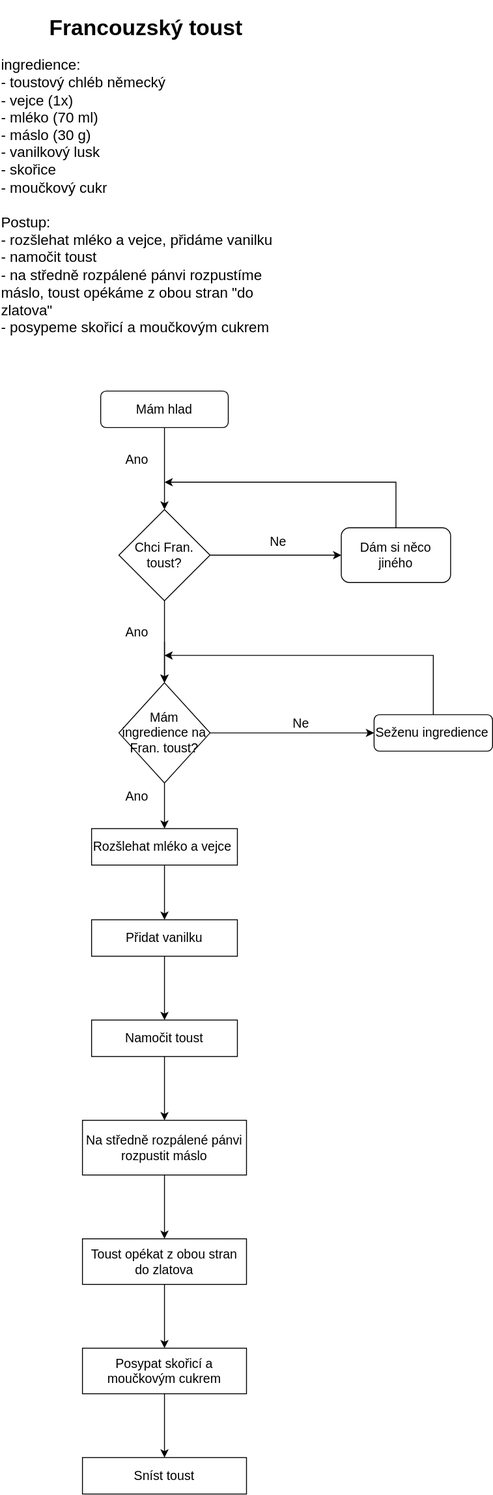
Before: Untitled Diagram.drawio.svg, a diagram exported from draw.io (JakesJakub/diagrams1.net). Source tidied: cells renumbered, new cells last; positions are measured from the earlier drawing's top-left corner, leaving out a move shared by most shapes.
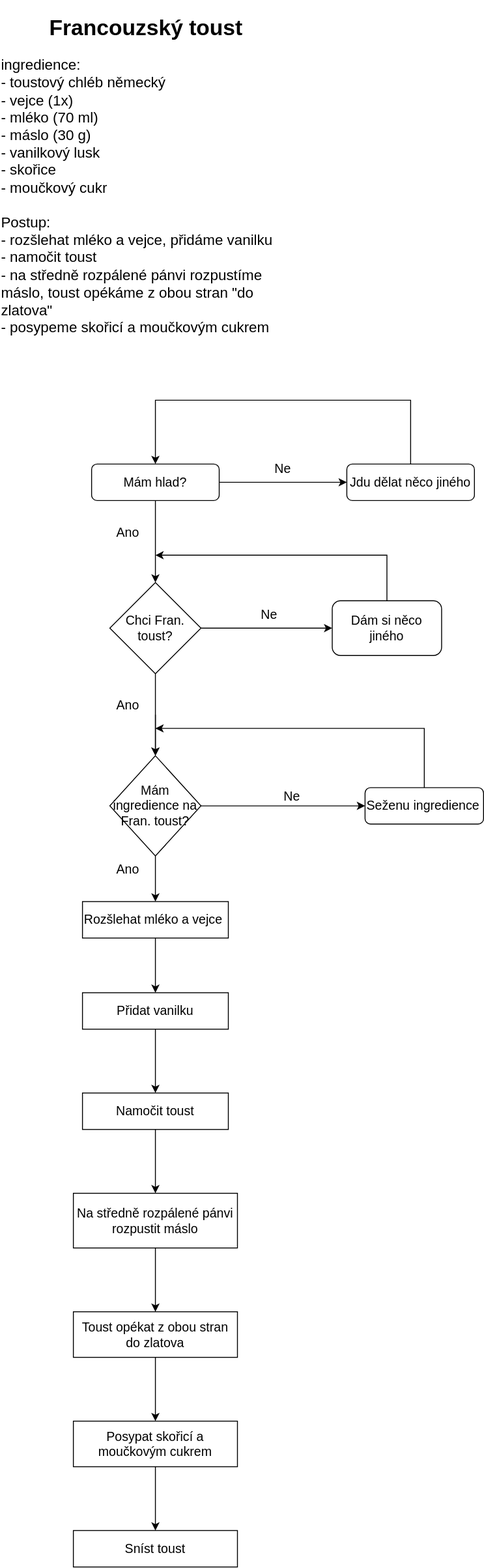
Above is the later version.

What changed in the source:
```diff
@@ -3,7 +3,7 @@
     <mxCell id="0" />
     <mxCell id="1" parent="0" />
     <mxCell id="2" value="&lt;h1&gt;&lt;font&gt;&lt;span style=&quot;font-size: 24px&quot;&gt;Francouzský toust&lt;/span&gt;&lt;/font&gt;&lt;/h1&gt;&lt;font&gt;&lt;div style=&quot;text-align: left&quot;&gt;&lt;span style=&quot;font-size: medium&quot;&gt;ingredience:&lt;br&gt;- toustový chléb německý&lt;br&gt;- vejce (1x)&lt;br&gt;- mléko (70 ml)&lt;br&gt;- máslo (30 g)&lt;br&gt;- vanilkový lusk&lt;br&gt;- skořice&lt;br&gt;- moučkový cukr&lt;br&gt;&lt;br&gt;Postup:&lt;br&gt;- rozšlehat mléko a vejce, přidáme vanilku&lt;br&gt;- namočit toust&lt;br&gt;- na středně rozpálené pánvi rozpustíme máslo, toust opékáme z obou stran &quot;do zlatova&quot;&lt;br&gt;- posypeme skořicí a moučkovým cukrem&lt;/span&gt;&lt;/div&gt;&lt;br&gt;&lt;/font&gt;" style="text;html=1;strokeColor=none;fillColor=none;align=center;verticalAlign=middle;whiteSpace=wrap;rounded=0;" parent="1" vertex="1">
-      <mxGeometry width="320" height="366.2" as="geometry" />
+      <mxGeometry x="10" y="-80" width="320" height="366.2" as="geometry" />
     </mxCell>
     <mxCell id="3" style="edgeStyle=orthogonalEdgeStyle;rounded=0;jettySize=auto;html=1;exitX=0.5;exitY=0;exitDx=0;exitDy=0;fontSize=14;" parent="1" edge="1" source="4">
       <mxGeometry relative="1" as="geometry">
@@ -40,7 +40,10 @@
     <mxCell id="11" style="edgeStyle=orthogonalEdgeStyle;rounded=0;jettySize=auto;html=1;exitX=0.5;exitY=1;exitDx=0;exitDy=0;entryX=0.5;entryY=0;entryDx=0;entryDy=0;fontSize=14;" parent="1" edge="1" source="12" target="15">
       <mxGeometry relative="1" as="geometry" />
     </mxCell>
+    <mxCell id="35" style="edgeStyle=orthogonalEdgeStyle;rounded=0;jettySize=auto;html=1;exitX=1;exitY=0.5;exitDx=0;exitDy=0;fontSize=14;" parent="1" edge="1" source="12" target="37">
+      <mxGeometry relative="1" as="geometry" />
+    </mxCell>
-    <mxCell id="12" value="&lt;font style=&quot;font-size: 14px&quot;&gt;Mám hlad&lt;/font&gt;" style="rounded=1;whiteSpace=wrap;html=1;" parent="1" vertex="1">
+    <mxCell id="12" value="&lt;font style=&quot;font-size: 14px&quot;&gt;Mám hlad?&lt;/font&gt;" style="rounded=1;whiteSpace=wrap;html=1;" parent="1" vertex="1">
       <mxGeometry x="110" y="420" width="140" height="40" as="geometry" />
     </mxCell>
     <mxCell id="13" style="edgeStyle=orthogonalEdgeStyle;rounded=0;jettySize=auto;html=1;exitX=0.5;exitY=1;exitDx=0;exitDy=0;fontSize=14;" parent="1" edge="1" source="15">
@@ -117,5 +120,19 @@
     <mxCell id="34" value="Sníst toust" style="rounded=0;whiteSpace=wrap;html=1;fontSize=14;" parent="1" vertex="1">
       <mxGeometry x="90" y="1590" width="180" height="40" as="geometry" />
     </mxCell>
+    <mxCell id="36" style="edgeStyle=orthogonalEdgeStyle;rounded=0;jettySize=auto;html=1;exitX=0.5;exitY=0;exitDx=0;exitDy=0;fontSize=14;entryX=0.5;entryY=0;entryDx=0;entryDy=0;" parent="1" edge="1" source="37" target="12">
+      <mxGeometry relative="1" as="geometry">
+        <Array as="points">
+          <mxPoint x="460" y="350" />
+          <mxPoint x="180" y="350" />
+        </Array>
+      </mxGeometry>
+    </mxCell>
+    <mxCell id="37" value="Jdu dělat něco jiného" style="rounded=1;whiteSpace=wrap;html=1;fontSize=14;" parent="1" vertex="1">
+      <mxGeometry x="390" y="420" width="140" height="40" as="geometry" />
+    </mxCell>
+    <mxCell id="38" value="Ne" style="text;html=1;strokeColor=none;fillColor=none;align=center;verticalAlign=middle;whiteSpace=wrap;rounded=0;fontSize=14;" parent="1" vertex="1">
+      <mxGeometry x="290" y="410" width="60" height="30" as="geometry" />
+    </mxCell>
   </root>
 </mxGraphModel>
```
